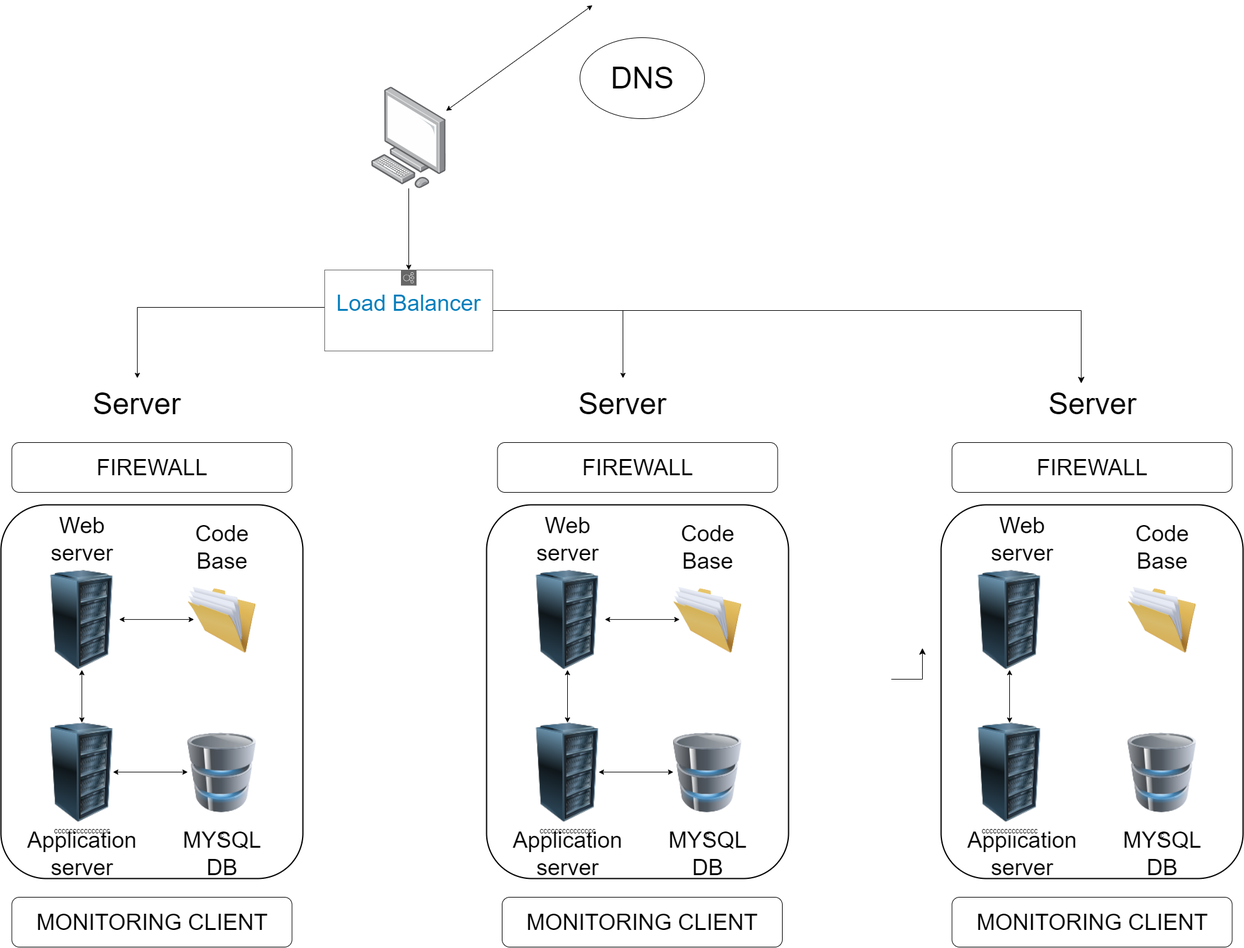
Before: 0x09-web_infrastructure_design/2-secured_and_monitored_web_infrastructure.png, a diagram exported from draw.io (mitch-codes/alx-system_engineering-devops). Source tidied: cells renumbered, new cells last; positions are measured from the earlier drawing's top-left corner, leaving out a move shared by most shapes.
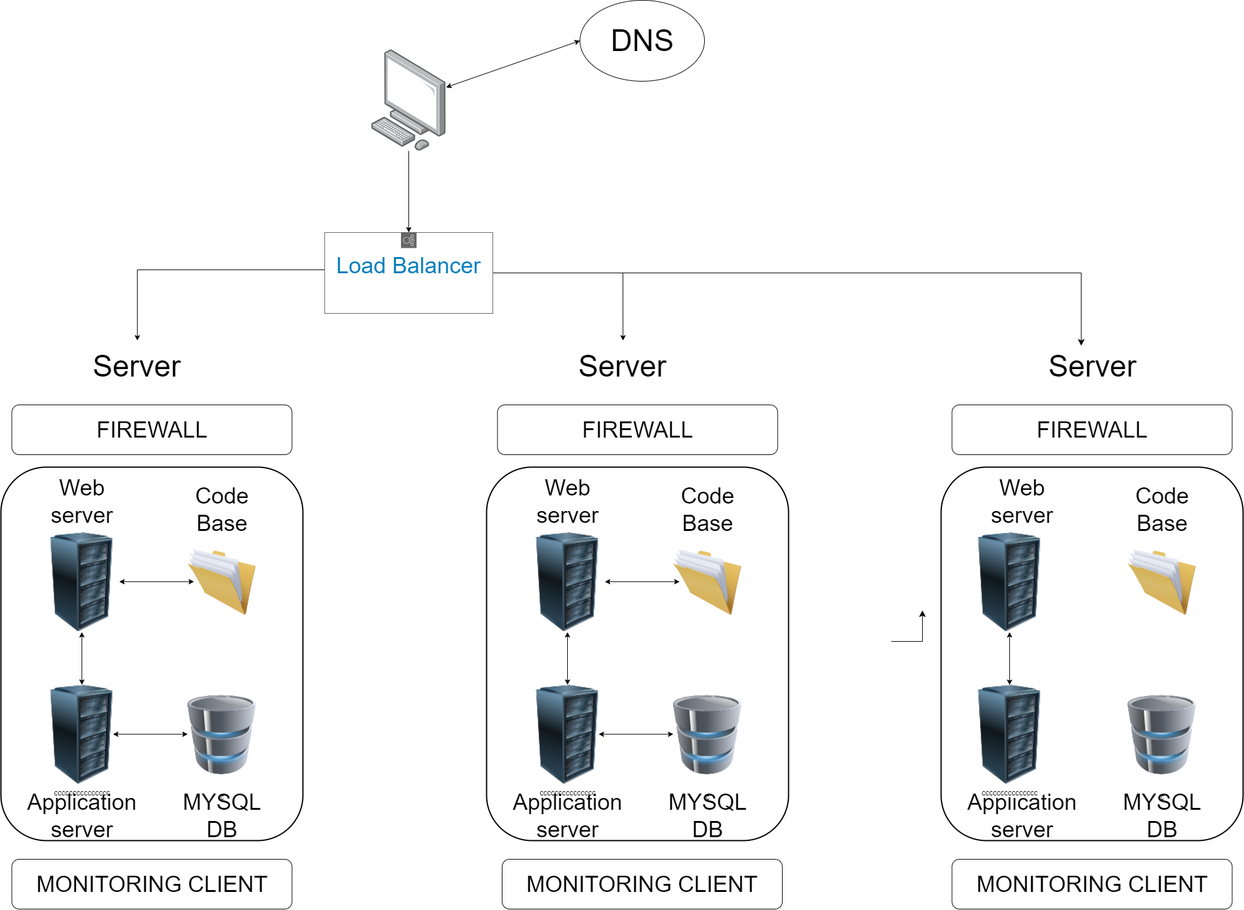
The same file after the commit.

Change to the diagram source:
```diff
@@ -39,10 +39,8 @@
     <mxCell id="12" style="endArrow=classic;startArrow=classic;html=1;rounded=0;exitX=0.268;exitY=0.583;exitDx=0;exitDy=0;exitPerimeter=0;" parent="1" edge="1" source="7" target="5">
       <mxGeometry relative="1" as="geometry" />
     </mxCell>
-    <mxCell id="13" style="endArrow=classic;startArrow=classic;html=1;rounded=0;entryX=0.1;entryY=0.5;entryDx=0;entryDy=0;entryPerimeter=0;" parent="1" edge="1" source="4">
-      <mxGeometry relative="1" as="geometry">
-        <mxPoint x="950" as="targetPoint" />
-      </mxGeometry>
+    <mxCell id="13" style="endArrow=classic;startArrow=classic;html=1;rounded=0;entryX=0;entryY=0.5;entryDx=0;entryDy=0;" parent="1" edge="1" source="4" target="8">
+      <mxGeometry relative="1" as="geometry" />
     </mxCell>
     <mxCell id="14" value="&lt;font style=&quot;font-size: 48px;&quot;&gt;DNS&lt;/font&gt;" style="text;html=1;align=center;verticalAlign=middle;strokeColor=none;fillColor=none;" parent="1" vertex="1">
       <mxGeometry x="970" y="82" width="120" height="70" as="geometry" />
```
